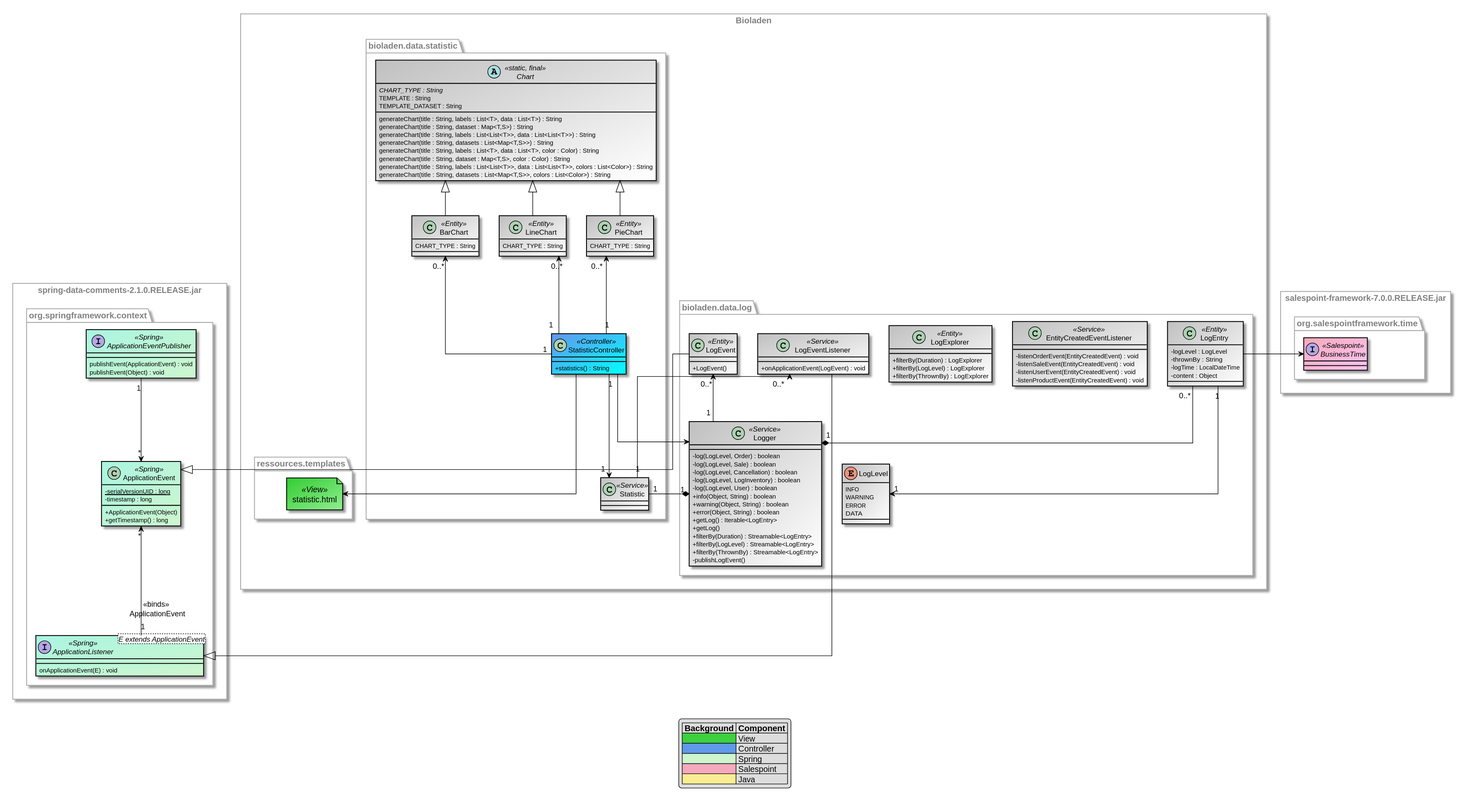
Earlier version of the PlantUML export src/main/asciidoc/models/design/DesignDataDepartment.svg (LimitlessGreen/swt18w43).
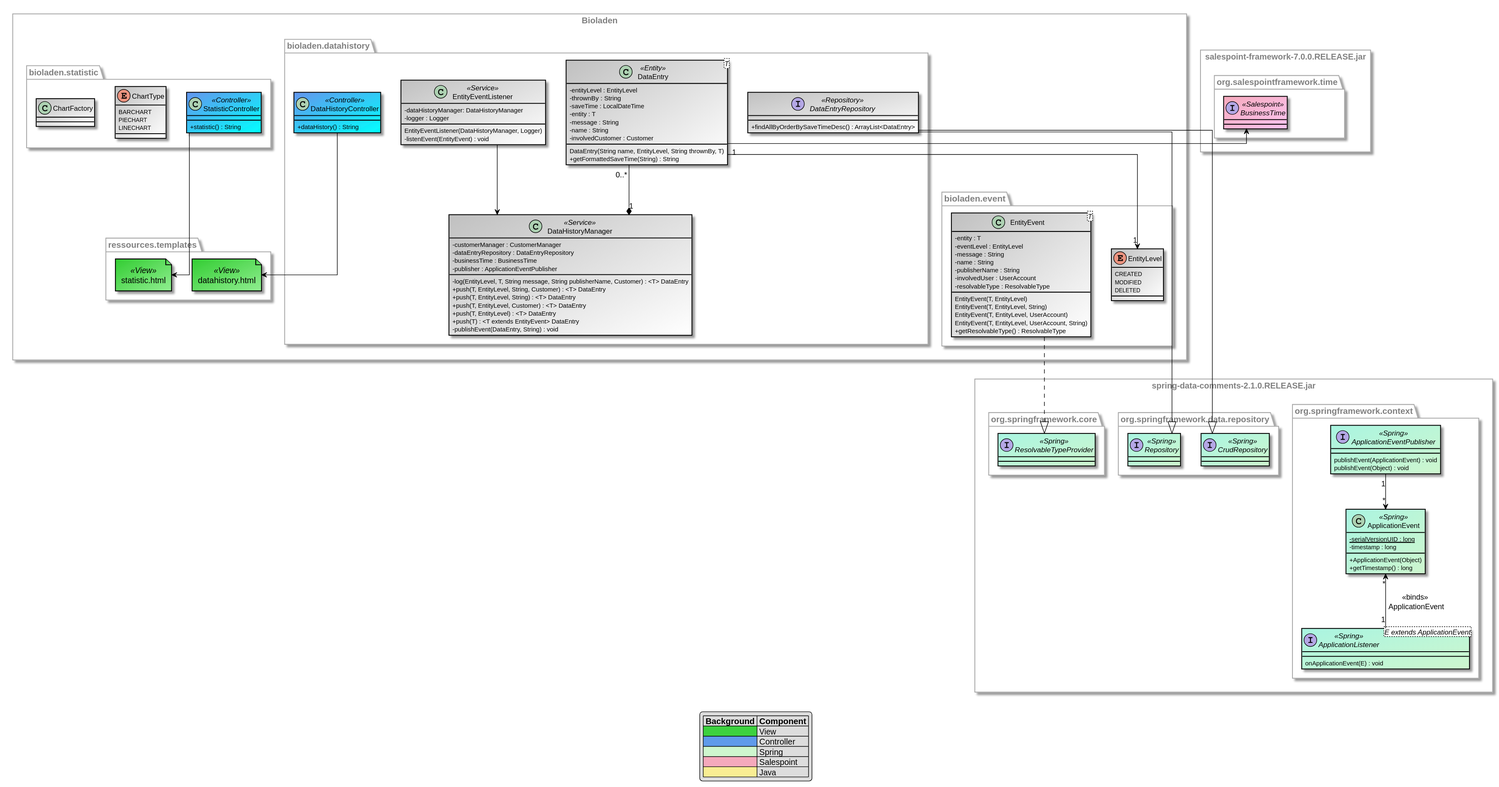
The same diagram one commit later.

Commit message:
[Design] updated DataDepartment

What changed in the source:
```diff
@@ -32,114 +32,101 @@
 
 
 rectangle Bioladen {
-    namespace bioladen.data.log {
+    namespace bioladen.event {
 
-        class Logger <<Service>> {
-            -log(LogLevel, Order) : boolean
-            -log(LogLevel, Sale) : boolean
-            -log(LogLevel, Cancellation) : boolean
-            -log(LogLevel, LogInventory) : boolean
-            -log(LogLevel, User) : boolean
-            +info(Object, String) : boolean
-            +warning(Object, String) : boolean
-            +error(Object, String) : boolean
-            +getLog() : Iterable<LogEntry>
-            +getLog()
-            +filterBy(Duration) : Streamable<LogEntry>
-            +filterBy(LogLevel) : Streamable<LogEntry>
-            +filterBy(ThrownBy) : Streamable<LogEntry>
-            -publishLogEvent()
+        enum EntityLevel {
+            CREATED
+            MODIFIED
+            DELETED
         }
 
-        class LogEntry <<Entity>> {
-            -logLevel : LogLevel
-            -thrownBy : String
-            -logTime : LocalDateTime
-            -content : Object
+        class EntityEvent<T>{
+            -entity : T
+            -eventLevel : EntityLevel
+            -message : String
+            -name : String
+            -publisherName : String
+            -involvedUser : UserAccount
+            -resolvableType : ResolvableType
+
+            EntityEvent(T, EntityLevel)
+            EntityEvent(T, EntityLevel, String)
+            EntityEvent(T, EntityLevel, UserAccount)
+            EntityEvent(T, EntityLevel, UserAccount, String)
+            +getResolvableType() : ResolvableType
+        }
+    }
+
+
+    namespace bioladen.datahistory {
+
+        class DataHistoryManager <<Service>> {
+            -customerManager : CustomerManager
+            -dataEntryRepository : DataEntryRepository
+            -businessTime : BusinessTime
+            -publisher : ApplicationEventPublisher
+
+            -log(EntityLevel, T, String message, String publisherName, Customer) : <T> DataEntry
+            +push(T, EntityLevel, String, Customer) : <T> DataEntry
+            +push(T, EntityLevel, String) : <T> DataEntry
+            +push(T, EntityLevel, Customer) : <T> DataEntry
+            +push(T, EntityLevel) : <T> DataEntry
+            +push(T) : <T extends EntityEvent> DataEntry
+            -publishEvent(DataEntry, String) : void
         }
 
-        class EntityCreatedEventListener <<Service>> {
-            -listenOrderEvent(EntityCreatedEvent) : void
-            -listenSaleEvent(EntityCreatedEvent) : void
-            -listenUserEvent(EntityCreatedEvent) : void
-            -listenProductEvent(EntityCreatedEvent) : void
-        }
+        class DataEntry<T> <<Entity>>{
+            -entityLevel : EntityLevel
+            -thrownBy : String
+            -saveTime : LocalDateTime
+            -entity : T
+            -message : String
+            -name : String
+            -involvedCustomer : Customer
 
-        enum LogLevel {
-            INFO
-            WARNING
-            ERROR
-            DATA
-        }
-
-
-        class LogExplorer <<Entity>> {
-            +filterBy(Duration) : LogExplorer
-            +filterBy(LogLevel) : LogExplorer
-            +filterBy(ThrownBy) : LogExplorer
-        }
-
-        class LogEvent <<Entity>> {
-            +LogEvent()
+            DataEntry(String name, EntityLevel, String thrownBy, T)
+            +getFormattedSaveTime(String) : String
 
         }
 
-        class LogEventListener <<Service>> {
-            +onApplicationEvent(LogEvent) : void
+        class EntityEventListener <<Service>> {
+            -dataHistoryManager: DataHistoryManager
+            -logger : Logger
+
+            EntityEventListener(DataHistoryManager, Logger)
+            -listenEvent(EntityEvent) : void
         }
+
+        interface DataEntryRepository <<Repository>> {
+            +findAllByOrderBySaveTimeDesc() : ArrayList<DataEntry>
+        }
+
+        class DataHistoryController <<Controller>> {
+            +dataHistory() : String
+        }
+
+        DataEntry "1" --> "1" bioladen.event.EntityLevel
+        DataEntry "0..*" --* "1" DataHistoryManager
+        EntityEventListener --> DataHistoryManager
+
+    }
 
 
 
-
-
-
-
-        LogEntry "1" --> "1" LogLevel
-        LogEntry "0..*" --* "1" Logger
-
-    }
-
-    namespace bioladen.data.statistic {
+    namespace bioladen.statistic {
         class StatisticController <<Controller>> {
-            +statistics() : String
+            +statistic() : String
         }
 
-        abstract class Chart <<static, final>>{
-            {abstract} CHART_TYPE : String
-            TEMPLATE : String
-            TEMPLATE_DATASET : String
-            generateChart(title : String, labels : List<T>, data : List<T>) : String
-            generateChart(title : String, dataset : Map<T,S>) : String
-            generateChart(title : String, labels : List<List<T>>, data : List<List<T>>) : String
-            generateChart(title : String, datasets : List<Map<T,S>>) : String
-            generateChart(title : String, labels : List<T>, data : List<T>, color : Color) : String
-            generateChart(title : String, dataset : Map<T,S>, color : Color) : String
-            generateChart(title : String, labels : List<List<T>>, data : List<List<T>>, colors : List<Color>) : String
-            generateChart(title : String, datasets : List<Map<T,S>>, colors : List<Color>) : String
+        enum ChartType {
+            BARCHART
+            PIECHART
+            LINECHART
         }
 
-        class BarChart <<Entity>> extends bioladen.data.statistic.Chart {
-            CHART_TYPE : String
-        }
-
-        class LineChart <<Entity>> extends bioladen.data.statistic.Chart {
-            CHART_TYPE : String
-        }
-
-        class PieChart <<Entity>> extends bioladen.data.statistic.Chart  {
-            CHART_TYPE : String
-        }
-
-        class Statistic <<Service>>{
+        class ChartFactory {
 
         }
-
-        PieChart "0..*" <-- "1" StatisticController
-        LineChart "0..*" <-- "1" StatisticController
-        BarChart "0..*" <-- "1" StatisticController
-        StatisticController "1" --> "1" Statistic
-        Statistic "1" --* "1" bioladen.data.log.Logger
-        StatisticController --> bioladen.data.log.Logger
 
 
     }
@@ -151,7 +138,12 @@
 
         }
 
-        bioladen.data.statistic.StatisticController --> statistic.html
+        file datahistory.html <<View>> #limegreen/technology {
+
+        }
+
+        bioladen.statistic.StatisticController --> statistic.html
+        bioladen.datahistory.DataHistoryController --> datahistory.html
     }
 
 
@@ -165,7 +157,7 @@
 
         }
 
-        BusinessTime <-right- bioladen.data.log.LogEntry
+        BusinessTime <-right- bioladen.datahistory.DataEntry
     }
 }
 
@@ -193,12 +185,27 @@
         ApplicationEventPublisher "1" --> "*" ApplicationEvent
     }
 
+    namespace org.springframework.data.repository {
+        interface Repository <<Spring>> {
+
+        }
+
+        interface CrudRepository <<Spring>> {
+
+        }
+    }
+
+    namespace org.springframework.core {
+        interface ResolvableTypeProvider <<Spring>> {
+
+        }
+    }
+
 }
 
-bioladen.data.log.LogEvent --|> org.springframework.context.ApplicationEvent
-bioladen.data.log.LogEventListener --|> org.springframework.context.ApplicationListener
-bioladen.data.log.LogEvent "0..*" <-- "1" bioladen.data.log.Logger
-bioladen.data.log.LogEventListener "0..*" <-- "1" bioladen.data.statistic.Statistic
+bioladen.datahistory.DataEntryRepository --|> org.springframework.data.repository.Repository
+bioladen.datahistory.DataEntryRepository --|> org.springframework.data.repository.CrudRepository
+bioladen.event.EntityEvent ..|> org.springframework.core.ResolvableTypeProvider
 
 
 @enduml
```
